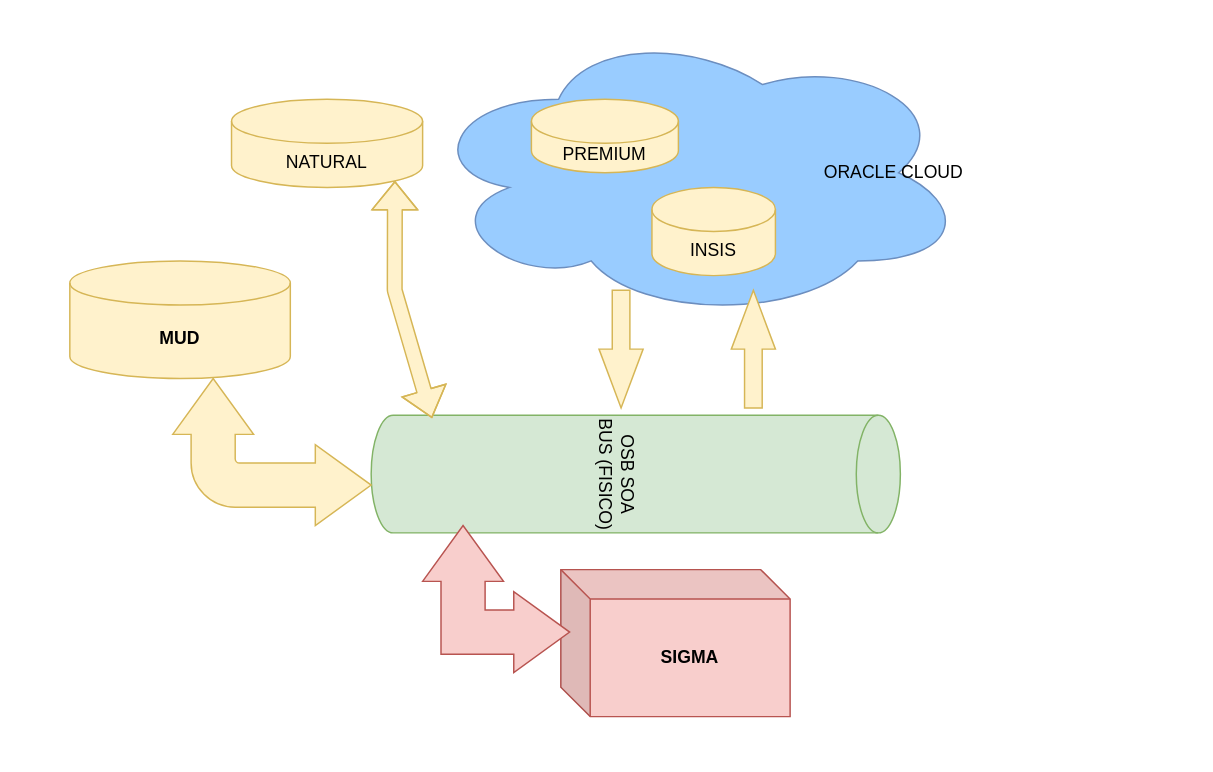
The draw.io diagram Diagrama01.drawio in eduardosan04/Diagrams, before the edit. Source tidied: cells renumbered, new cells numbered last; positions are measured from the earlier drawing's top-left corner, leaving out a move shared by most shapes. Both pictures are drawn from the tidied source at 147%, with x=0, y=0 at pixel (69, 25).
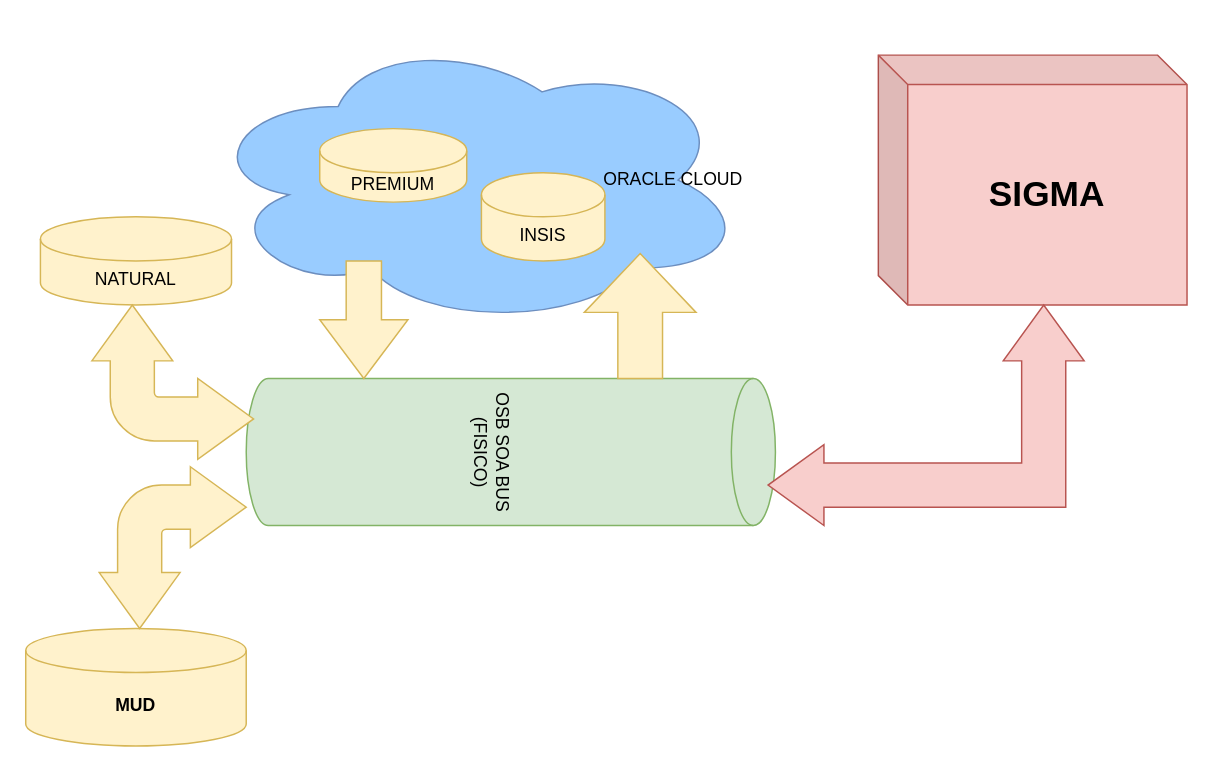
Above is the later version.

Change to the diagram source:
```diff
@@
 <mxGraphModel>
   <root>
     <mxCell id="0" />
     <mxCell id="1" parent="0" />
     <mxCell id="2" value="NATURAL" style="shape=cylinder3;whiteSpace=wrap;html=1;boundedLbl=1;backgroundOutline=1;size=15;fillColor=#fff2cc;strokeColor=#d6b656;" parent="1" vertex="1">
-      <mxGeometry x="110" y="50" width="130" height="60" as="geometry" />
+      <mxGeometry x="-20" y="130" width="130" height="60" as="geometry" />
     </mxCell>
     <mxCell id="3" value="ORACLE CLOUD" style="ellipse;shape=cloud;whiteSpace=wrap;html=1;align=right;strokeColor=#6c8ebf;fillColor=#99CCFF;" parent="1" vertex="1">
-      <mxGeometry x="240" width="370" height="200" as="geometry" />
+      <mxGeometry x="90" y="5" width="370" height="200" as="geometry" />
     </mxCell>
     <mxCell id="4" value="PREMIUM" style="shape=cylinder3;whiteSpace=wrap;html=1;boundedLbl=1;backgroundOutline=1;size=15;fillColor=#fff2cc;strokeColor=#d6b656;" parent="1" vertex="1">
-      <mxGeometry x="314" y="50" width="100" height="50" as="geometry" />
+      <mxGeometry x="170" y="70" width="100" height="50" as="geometry" />
     </mxCell>
     <mxCell id="5" value="INSIS" style="shape=cylinder3;whiteSpace=wrap;html=1;boundedLbl=1;backgroundOutline=1;size=15;fillColor=#fff2cc;strokeColor=#d6b656;" parent="1" vertex="1">
-      <mxGeometry x="396" y="110" width="84" height="60" as="geometry" />
+      <mxGeometry x="280" y="100" width="84" height="60" as="geometry" />
     </mxCell>
     <mxCell id="6" value="OSB SOA BUS (FISICO)" style="shape=cylinder3;whiteSpace=wrap;html=1;boundedLbl=1;backgroundOutline=1;size=15;rotation=90;fillColor=#d5e8d4;strokeColor=#82b366;" parent="1" vertex="1">
-      <mxGeometry x="345" y="125" width="80" height="360" as="geometry" />
+      <mxGeometry x="250" y="110" width="100" height="360" as="geometry" />
     </mxCell>
-    <mxCell id="7" value="&lt;b&gt;SIGMA&lt;/b&gt;" style="shape=cube;whiteSpace=wrap;html=1;boundedLbl=1;backgroundOutline=1;darkOpacity=0.05;darkOpacity2=0.1;fillColor=#f8cecc;strokeColor=#b85450;" parent="1" vertex="1">
-      <mxGeometry x="334" y="370" width="156" height="100" as="geometry" />
+    <mxCell id="7" value="&lt;b&gt;&lt;font style=&quot;font-size: 24px&quot;&gt;SIGMA&lt;/font&gt;&lt;/b&gt;" style="shape=cube;whiteSpace=wrap;html=1;boundedLbl=1;backgroundOutline=1;darkOpacity=0.05;darkOpacity2=0.1;fillColor=#f8cecc;strokeColor=#b85450;" parent="1" vertex="1">
+      <mxGeometry x="550" y="20" width="210" height="170" as="geometry" />
     </mxCell>
     <mxCell id="8" style="html=1;shadow=0;dashed=0;align=center;verticalAlign=middle;shape=mxgraph.arrows2.arrow;dy=0.6;dx=40;direction=south;notch=0;fillColor=#fff2cc;strokeColor=#d6b656;" parent="1" vertex="1">
-      <mxGeometry x="360" y="180" width="30" height="80" as="geometry" />
+      <mxGeometry x="170" y="160" width="60" height="80" as="geometry" />
     </mxCell>
     <mxCell id="9" style="html=1;shadow=0;dashed=0;align=center;verticalAlign=middle;shape=mxgraph.arrows2.arrow;dy=0.6;dx=40;direction=north;notch=0;fillColor=#fff2cc;strokeColor=#d6b656;" parent="1" vertex="1">
-      <mxGeometry x="450" y="180" width="30" height="80" as="geometry" />
+      <mxGeometry x="350" y="155" width="76" height="85" as="geometry" />
     </mxCell>
-    <mxCell id="10" style="html=1;shadow=0;dashed=0;align=center;verticalAlign=middle;shape=mxgraph.arrows2.bendDoubleArrow;dy=15;dx=38;arrowHead=55;rounded=0;rotation=-90;fillColor=#f8cecc;strokeColor=#b85450;" parent="1" vertex="1">
-      <mxGeometry x="240" y="340" width="100" height="100" as="geometry" />
+    <mxCell id="10" style="html=1;shadow=0;dashed=0;align=center;verticalAlign=middle;shape=mxgraph.arrows2.bendDoubleArrow;dy=15;dx=38;arrowHead=55;rounded=0;rotation=-180;fillColor=#f8cecc;strokeColor=#b85450;" parent="1" vertex="1">
+      <mxGeometry x="475" y="190" width="215" height="150" as="geometry" />
     </mxCell>
     <mxCell id="11" value="&lt;b&gt;MUD&lt;/b&gt;" style="shape=cylinder3;whiteSpace=wrap;html=1;boundedLbl=1;backgroundOutline=1;size=15;fillColor=#fff2cc;strokeColor=#d6b656;" parent="1" vertex="1">
-      <mxGeometry y="160" width="150" height="80" as="geometry" />
+      <mxGeometry x="-30" y="410" width="150" height="80" as="geometry" />
     </mxCell>
-    <mxCell id="12" style="html=1;shadow=0;dashed=0;align=center;verticalAlign=middle;shape=mxgraph.arrows2.bendDoubleArrow;dy=15;dx=38;arrowHead=55;rounded=1;rotation=-90;fillColor=#fff2cc;strokeColor=#d6b656;" parent="1" vertex="1">
-      <mxGeometry x="87.5" y="222.5" width="100" height="135" as="geometry" />
+    <mxCell id="12" style="html=1;shadow=0;dashed=0;align=center;verticalAlign=middle;shape=mxgraph.arrows2.bendDoubleArrow;dy=15;dx=38;arrowHead=55;rounded=1;rotation=0;fillColor=#fff2cc;strokeColor=#d6b656;" parent="1" vertex="1">
+      <mxGeometry x="20" y="300" width="100" height="110" as="geometry" />
     </mxCell>
-    <mxCell id="13" style="shape=flexArrow;endArrow=classic;startArrow=classic;html=1;fillColor=#fff2cc;strokeColor=#d6b656;entryX=0.855;entryY=1;entryDx=0;entryDy=-4.35;entryPerimeter=0;exitX=0.024;exitY=0.885;exitDx=0;exitDy=0;exitPerimeter=0;" parent="1" edge="1" source="6" target="2">
-      <mxGeometry relative="1" as="geometry">
-        <Array as="points">
-          <mxPoint x="221" y="180" />
-        </Array>
-      </mxGeometry>
-    </mxCell>
+    <mxCell id="14" style="html=1;shadow=0;dashed=0;align=center;verticalAlign=middle;shape=mxgraph.arrows2.bendDoubleArrow;dy=15;dx=38;arrowHead=55;rounded=1;rotation=-90;fillColor=#fff2cc;strokeColor=#d6b656;" parent="1" vertex="1">
+      <mxGeometry x="17.5" y="187.5" width="105" height="110" as="geometry" />
+    </mxCell>
   </root>
 </mxGraphModel>
```
